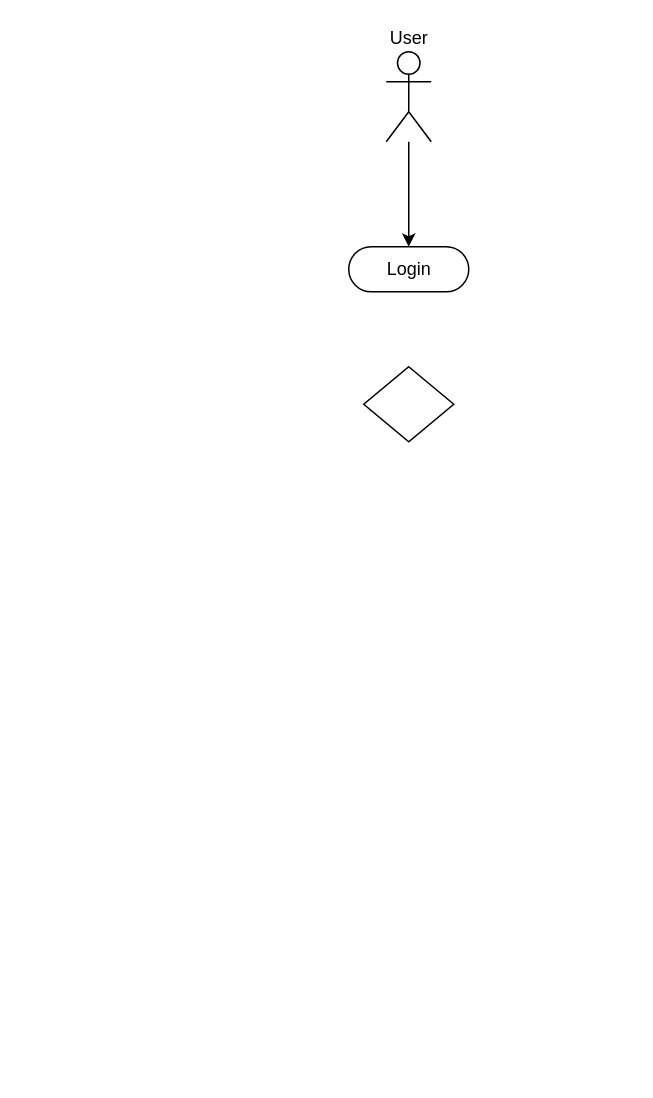
The draw.io diagram page "Activity Diagram" (8 of 9) of Untitled Diagram.drawio in antipope/NextAanwezigheid, before the edit. Source tidied: cells renumbered, new cells numbered last; positions are measured from the earlier drawing's top-left corner, leaving out a move shared by most shapes. Both pictures are drawn from the tidied source at 150%, with x=0, y=0 at pixel (348, 51).
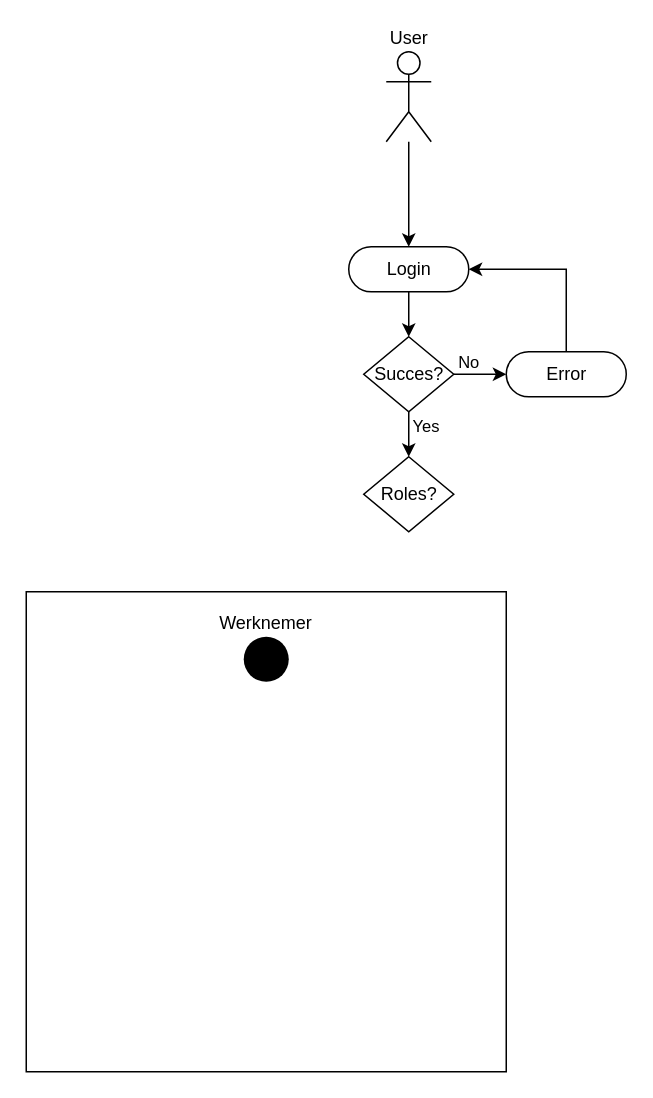
Above is the later version.

What changed in the source:
```diff
@@
 <mxGraphModel>
   <root>
     <mxCell id="0" />
     <mxCell id="1" parent="0" />
+    <mxCell id="6" style="whiteSpace=wrap;html=1;" parent="1" vertex="1">
+      <mxGeometry x="-215" y="360" width="320" height="320" as="geometry" />
+    </mxCell>
     <mxCell id="2" style="edgeStyle=orthogonalEdgeStyle;rounded=0;jettySize=auto;html=1;entryX=0.5;entryY=0.5;entryDx=0;entryDy=-15;entryPerimeter=0;" parent="1" edge="1" source="3" target="4">
       <mxGeometry relative="1" as="geometry" />
     </mxCell>
     <mxCell id="3" value="User" style="shape=umlActor;verticalLabelPosition=top;verticalAlign=bottom;html=1;labelPosition=center;align=center;" parent="1" vertex="1">
       <mxGeometry x="25" width="30" height="60" as="geometry" />
     </mxCell>
+    <mxCell id="7" style="edgeStyle=orthogonalEdgeStyle;rounded=0;jettySize=auto;html=1;exitX=0.5;exitY=0.5;exitDx=0;exitDy=15;exitPerimeter=0;" parent="1" edge="1" source="4" target="5">
+      <mxGeometry relative="1" as="geometry" />
+    </mxCell>
     <mxCell id="4" value="Login" style="html=1;dashed=0;whitespace=wrap;shape=mxgraph.dfd.start;" parent="1" vertex="1">
       <mxGeometry y="130" width="80" height="30" as="geometry" />
     </mxCell>
+    <mxCell id="8" style="edgeStyle=orthogonalEdgeStyle;rounded=0;jettySize=auto;html=1;exitX=1;exitY=0.5;exitDx=0;exitDy=0;entryX=0;entryY=0.5;entryDx=0;entryDy=0;entryPerimeter=0;" parent="1" edge="1" source="5" target="13">
+      <mxGeometry relative="1" as="geometry" />
+    </mxCell>
+    <mxCell id="9" value="No" style="edgeLabel;html=1;align=center;verticalAlign=bottom;labelPosition=center;verticalLabelPosition=top;" parent="8" vertex="1">
+      <mxGeometry x="-0.8" relative="1" as="geometry">
+        <mxPoint x="6" as="offset" />
+      </mxGeometry>
+    </mxCell>
+    <mxCell id="10" style="edgeStyle=orthogonalEdgeStyle;rounded=0;jettySize=auto;html=1;exitX=0.5;exitY=1;exitDx=0;exitDy=0;entryX=0.5;entryY=0;entryDx=0;entryDy=0;" parent="1" edge="1" source="5" target="14">
+      <mxGeometry relative="1" as="geometry" />
+    </mxCell>
+    <mxCell id="11" value="Yes" style="edgeLabel;html=1;align=left;verticalAlign=middle;labelPosition=right;verticalLabelPosition=middle;" parent="10" vertex="1">
+      <mxGeometry x="-0.67" y="1" relative="1" as="geometry">
+        <mxPoint y="4" as="offset" />
+      </mxGeometry>
+    </mxCell>
-    <mxCell id="5" style="shape=rhombus;html=1;dashed=0;whitespace=wrap;perimeter=rhombusPerimeter;" parent="1" vertex="1">
-      <mxGeometry x="10" y="210" width="60" height="50" as="geometry" />
+    <mxCell id="5" value="Succes?" style="shape=rhombus;html=1;dashed=0;whitespace=wrap;perimeter=rhombusPerimeter;" parent="1" vertex="1">
+      <mxGeometry x="10" y="190" width="60" height="50" as="geometry" />
     </mxCell>
+    <mxCell id="12" style="edgeStyle=orthogonalEdgeStyle;rounded=0;jettySize=auto;html=1;exitX=0.5;exitY=0.5;exitDx=0;exitDy=-15;exitPerimeter=0;entryX=1;entryY=0.5;entryDx=0;entryDy=0;entryPerimeter=0;" parent="1" edge="1" source="13" target="4">
+      <mxGeometry relative="1" as="geometry" />
+    </mxCell>
+    <mxCell id="13" value="Error" style="html=1;dashed=0;whitespace=wrap;shape=mxgraph.dfd.start;" parent="1" vertex="1">
+      <mxGeometry x="105" y="200" width="80" height="30" as="geometry" />
+    </mxCell>
+    <mxCell id="14" value="Roles?" style="shape=rhombus;html=1;dashed=0;whitespace=wrap;perimeter=rhombusPerimeter;" parent="1" vertex="1">
+      <mxGeometry x="10" y="270" width="60" height="50" as="geometry" />
+    </mxCell>
+    <mxCell id="15" value="Werknemer" style="ellipse;fillColor=#000000;strokeColor=none;labelPosition=center;verticalLabelPosition=top;align=center;verticalAlign=bottom;" parent="1" vertex="1">
+      <mxGeometry x="-70" y="390" width="30" height="30" as="geometry" />
+    </mxCell>
   </root>
 </mxGraphModel>
```
